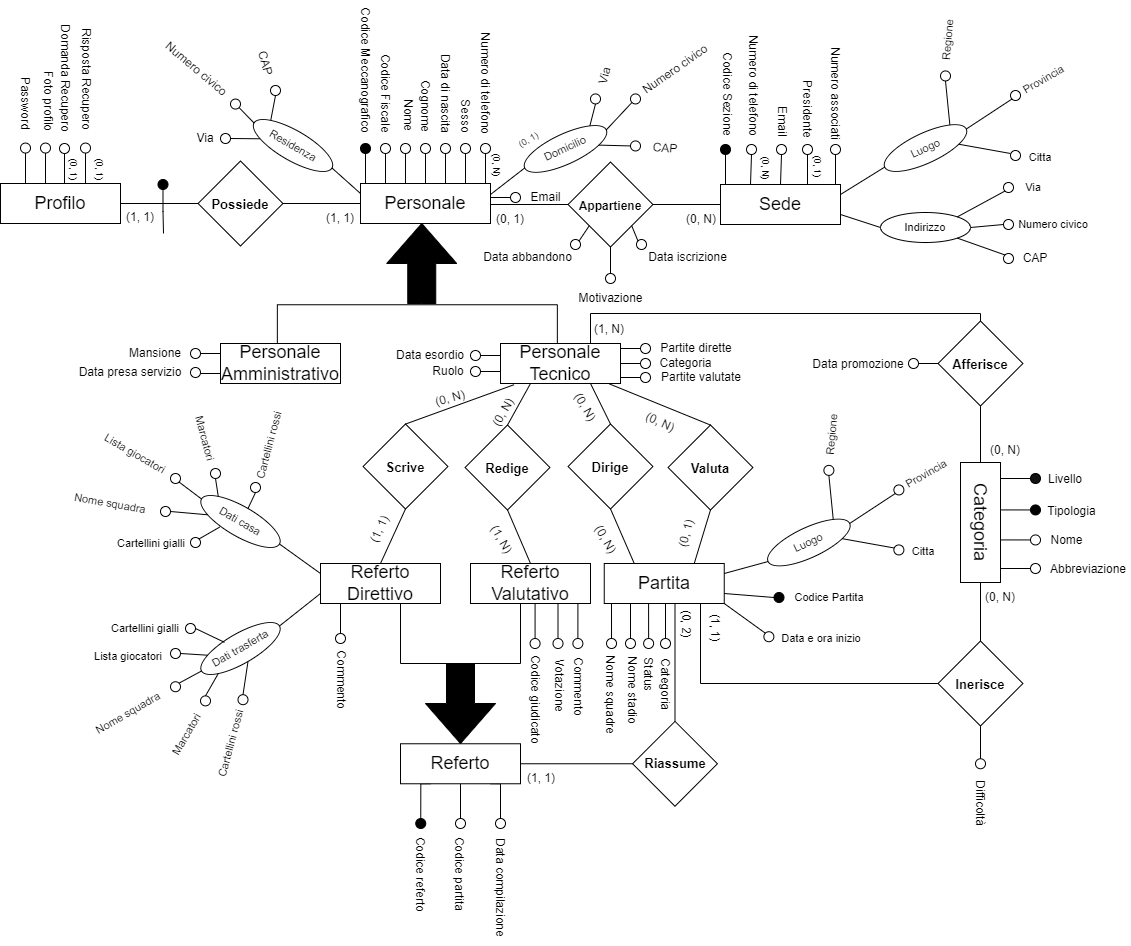
The draw.io diagram ERDiagram/WhistleER.drawio.png in savernike/DiagramsSet, before a commit. Source tidied: cells renumbered, new cells last; positions are measured from the earlier drawing's top-left corner, leaving out a move shared by most shapes.
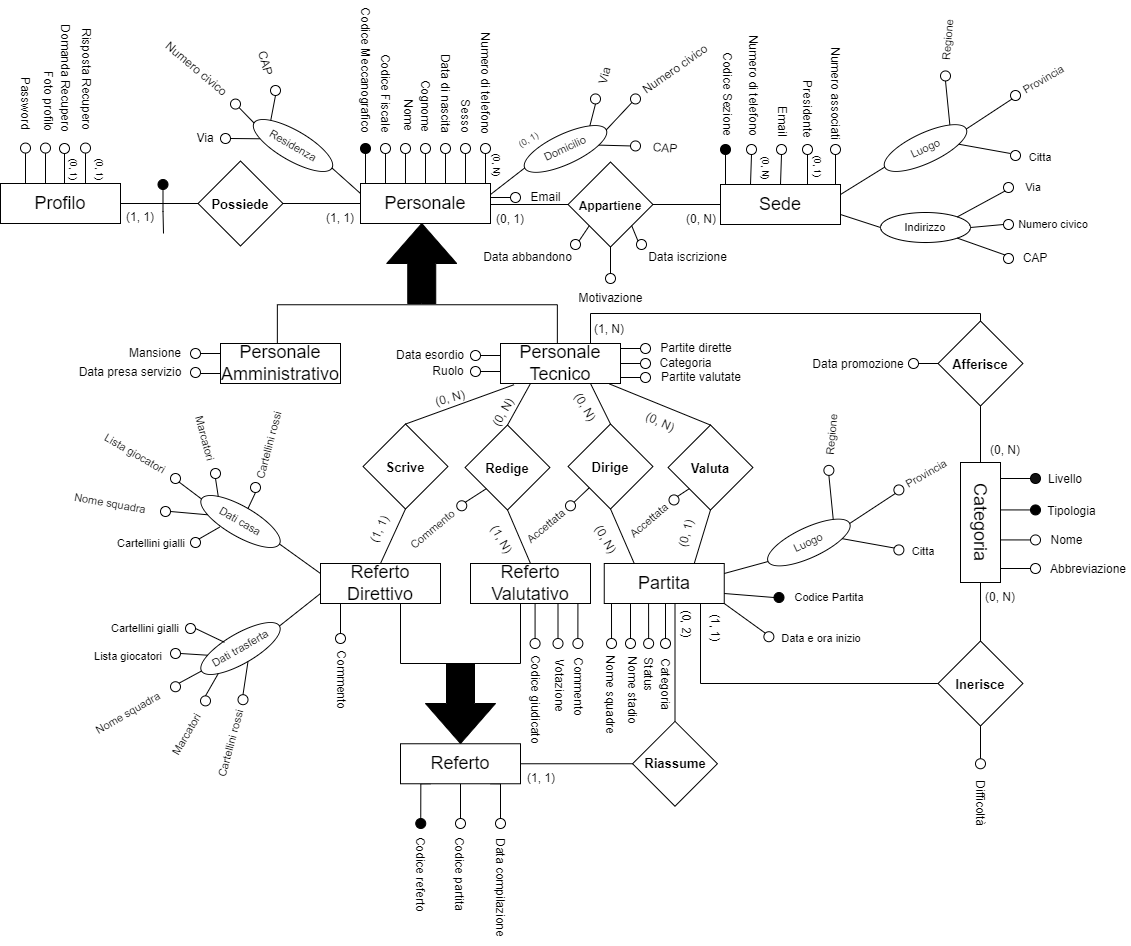
The same diagram one commit later.

Commit message:
Aggiunti attributi sulle relazioni Personale Tecnico-Referto

What changed in the source:
```diff
@@ -935,5 +935,32 @@
     <mxCell id="304" value="Data e ora inizio" style="text;strokeColor=none;align=center;fillColor=none;html=1;verticalAlign=middle;whiteSpace=wrap;rounded=0;fontSize=11;fontFamily=Helvetica;fontColor=default;rotation=0;" parent="1" vertex="1">
       <mxGeometry x="785.4" y="599" width="95.6" height="30" as="geometry" />
     </mxCell>
+    <mxCell id="305" style="ellipse;whiteSpace=wrap;html=1;fontFamily=Helvetica;fontSize=11;fontColor=default;" parent="1" vertex="1">
+      <mxGeometry x="468.2" y="476.3" width="10" height="10" as="geometry" />
+    </mxCell>
+    <mxCell id="306" style="endArrow=none;html=1;rounded=0;labelBackgroundColor=default;strokeColor=default;fontFamily=Helvetica;fontSize=11;fontColor=default;shape=connector;exitX=1;exitY=0;exitDx=0;exitDy=0;entryX=0.5;entryY=1;entryDx=0;entryDy=0;" parent="1" edge="1" source="305" target="136">
+      <mxGeometry relative="1" as="geometry" />
+    </mxCell>
+    <mxCell id="307" value="Commento" style="text;strokeColor=none;align=center;fillColor=none;html=1;verticalAlign=middle;whiteSpace=wrap;rounded=0;fontSize=11;fontFamily=Helvetica;fontColor=default;rotation=-40;" parent="1" vertex="1">
+      <mxGeometry x="411.9" y="490" width="65" height="30" as="geometry" />
+    </mxCell>
+    <mxCell id="308" value="Accettata" style="text;strokeColor=none;align=center;fillColor=none;html=1;verticalAlign=middle;whiteSpace=wrap;rounded=0;fontSize=11;fontFamily=Helvetica;fontColor=default;rotation=-40;" parent="1" vertex="1">
+      <mxGeometry x="531.8" y="487" width="51.6" height="30" as="geometry" />
+    </mxCell>
+    <mxCell id="309" style="ellipse;whiteSpace=wrap;html=1;fontFamily=Helvetica;fontSize=11;fontColor=default;" parent="1" vertex="1">
+      <mxGeometry x="577" y="476.3" width="10" height="10" as="geometry" />
+    </mxCell>
+    <mxCell id="310" style="endArrow=none;html=1;rounded=0;labelBackgroundColor=default;strokeColor=default;fontFamily=Helvetica;fontSize=11;fontColor=default;shape=connector;exitX=1;exitY=0;exitDx=0;exitDy=0;entryX=0.5;entryY=1;entryDx=0;entryDy=0;" parent="1" edge="1" source="309" target="142">
+      <mxGeometry relative="1" as="geometry" />
+    </mxCell>
+    <mxCell id="311" value="Accettata" style="text;strokeColor=none;align=center;fillColor=none;html=1;verticalAlign=middle;whiteSpace=wrap;rounded=0;fontSize=11;fontFamily=Helvetica;fontColor=default;rotation=-40;" parent="1" vertex="1">
+      <mxGeometry x="635.2" y="481.2" width="51.6" height="30" as="geometry" />
+    </mxCell>
+    <mxCell id="312" style="ellipse;whiteSpace=wrap;html=1;fontFamily=Helvetica;fontSize=11;fontColor=default;" parent="1" vertex="1">
+      <mxGeometry x="680.5" y="470.4" width="10" height="10" as="geometry" />
+    </mxCell>
+    <mxCell id="313" style="endArrow=none;html=1;rounded=0;labelBackgroundColor=default;strokeColor=default;fontFamily=Helvetica;fontSize=11;fontColor=default;shape=connector;exitX=1;exitY=0;exitDx=0;exitDy=0;entryX=0.5;entryY=1;entryDx=0;entryDy=0;" parent="1" edge="1" source="312" target="140">
+      <mxGeometry relative="1" as="geometry" />
+    </mxCell>
   </root>
 </mxGraphModel>
```
